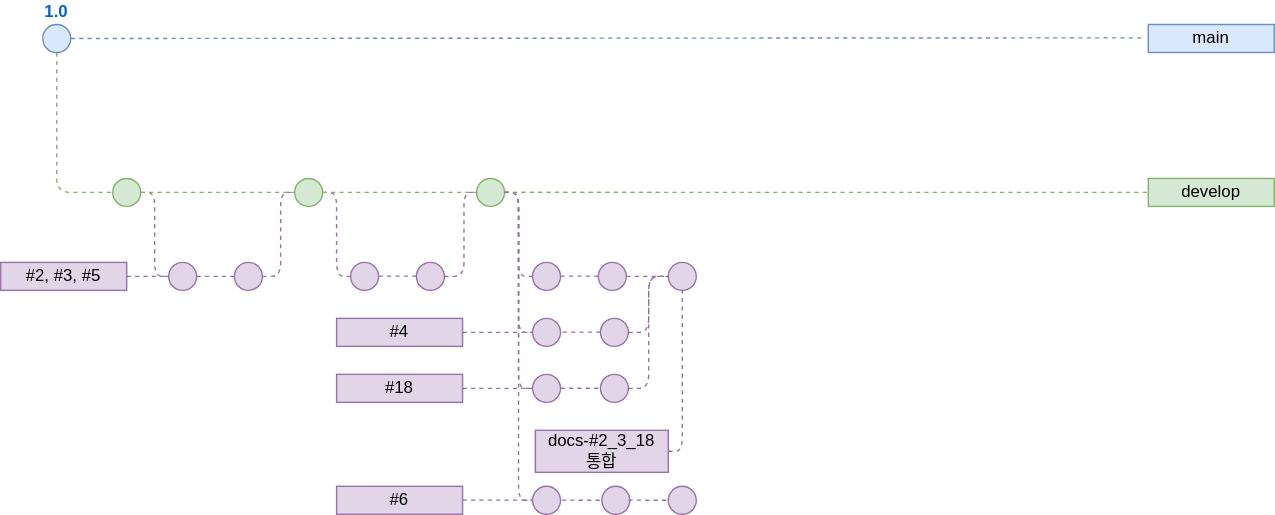
Earlier version of the draw.io export docs/git/gitBranch.drawio.svg (1Dohyeon/RentEase). Source tidied: cells renumbered, new cells last; positions are measured from the earlier drawing's top-left corner, leaving out a move shared by most shapes.
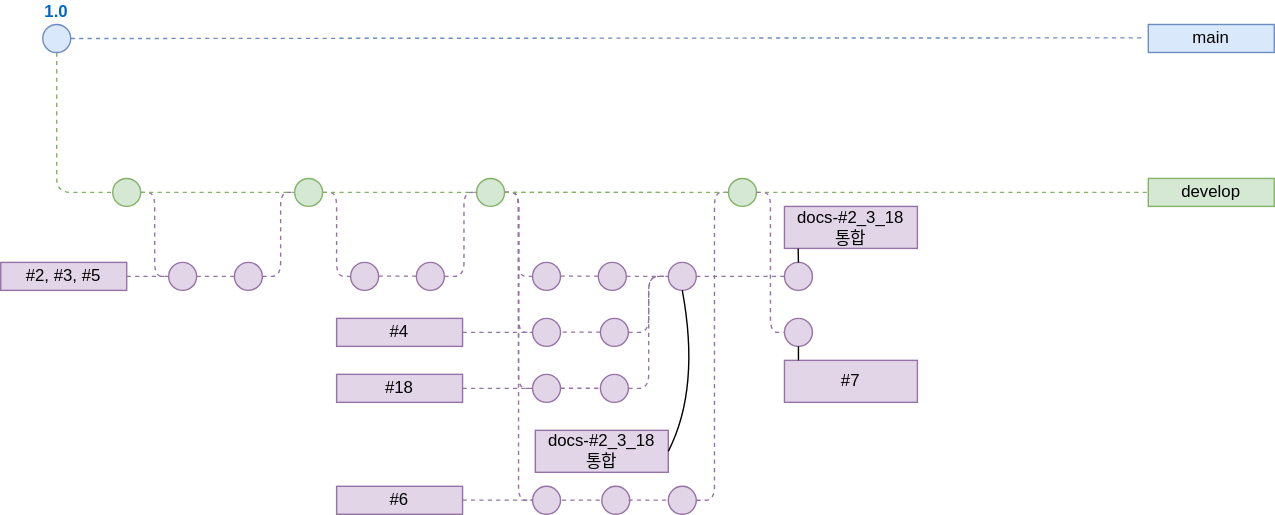
The same file after the commit.

Commit message:
docs: branch 통합, 새로운 branch 생성

The edit, as a diff of the source:
```diff
@@ -73,7 +73,7 @@
         </Array>
       </mxGeometry>
     </mxCell>
-    <mxCell id="17" style="edgeStyle=orthogonalEdgeStyle;rounded=1;jettySize=auto;html=1;dashed=1;endArrow=none;endFill=0;fillColor=#d5e8d4;strokeColor=#82b366;entryX=0;entryY=0.5;entryDx=0;entryDy=0;" parent="1" edge="1" source="11" target="7">
+    <mxCell id="17" style="edgeStyle=orthogonalEdgeStyle;rounded=1;jettySize=auto;html=1;dashed=1;endArrow=none;endFill=0;fillColor=#d5e8d4;strokeColor=#82b366;entryX=0;entryY=0.5;entryDx=0;entryDy=0;" parent="1" edge="1" source="58" target="7">
       <mxGeometry relative="1" as="geometry" />
     </mxCell>
     <mxCell id="18" value="#2, #3, #5" style="text;html=1;strokeColor=#9673a6;fillColor=#e1d5e7;align=center;verticalAlign=middle;whiteSpace=wrap;rounded=0;" parent="1" vertex="1">
@@ -216,13 +216,6 @@
     <mxCell id="46" value="docs-#2_3_18&lt;div&gt;통합&lt;/div&gt;" style="text;html=1;strokeColor=#9673a6;fillColor=#e1d5e7;align=center;verticalAlign=middle;whiteSpace=wrap;rounded=0;" parent="1" vertex="1">
       <mxGeometry x="382" y="290" width="95" height="30" as="geometry" />
     </mxCell>
-    <mxCell id="47" style="edgeStyle=orthogonalEdgeStyle;rounded=1;jettySize=auto;html=1;dashed=1;endArrow=none;endFill=0;fontSize=12;fontColor=#FFB570;fillColor=#e1d5e7;strokeColor=#9673a6;entryX=0.5;entryY=1;entryDx=0;entryDy=0;exitX=1;exitY=0.5;exitDx=0;exitDy=0;" parent="1" edge="1" source="46" target="42">
-      <mxGeometry relative="1" as="geometry">
-        <Array as="points">
-          <mxPoint x="487" y="305" />
-        </Array>
-      </mxGeometry>
-    </mxCell>
     <mxCell id="48" style="edgeStyle=orthogonalEdgeStyle;rounded=1;jettySize=auto;html=1;dashed=1;endArrow=none;endFill=0;fontSize=12;fontColor=#FFB570;fillColor=#e1d5e7;strokeColor=#9673a6;entryX=0;entryY=0.5;entryDx=0;entryDy=0;exitX=1;exitY=0.5;exitDx=0;exitDy=0;" parent="1" edge="1" source="11">
       <mxGeometry relative="1" as="geometry">
         <mxPoint x="380" y="340" as="targetPoint" />
@@ -262,5 +255,64 @@
         <mxPoint x="478.5" y="340.1" as="targetPoint" />
       </mxGeometry>
     </mxCell>
+    <mxCell id="56" style="edgeStyle=orthogonalEdgeStyle;rounded=1;jettySize=auto;html=1;dashed=1;endArrow=none;endFill=0;fontSize=12;fontColor=#FFB570;fillColor=#e1d5e7;strokeColor=#9673a6;entryX=0;entryY=0.5;entryDx=0;entryDy=0;exitX=1;exitY=0.5;exitDx=0;exitDy=0;" parent="1" edge="1" target="58">
+      <mxGeometry relative="1" as="geometry">
+        <mxPoint x="497" y="340" as="sourcePoint" />
+        <Array as="points">
+          <mxPoint x="510" y="340" />
+          <mxPoint x="510" y="120" />
+        </Array>
+      </mxGeometry>
+    </mxCell>
+    <mxCell id="57" style="edgeStyle=orthogonalEdgeStyle;rounded=1;jettySize=auto;html=1;dashed=1;endArrow=none;endFill=0;fillColor=#d5e8d4;strokeColor=#82b366;entryX=0;entryY=0.5;entryDx=0;entryDy=0;" parent="1" edge="1" source="11" target="58">
+      <mxGeometry relative="1" as="geometry" />
+    </mxCell>
+    <mxCell id="58" style="ellipse;whiteSpace=wrap;html=1;fillColor=#d5e8d4;strokeColor=#82b366;" parent="1" vertex="1">
+      <mxGeometry x="520" y="110" width="20" height="20" as="geometry" />
+    </mxCell>
+    <mxCell id="59" style="ellipse;whiteSpace=wrap;html=1;fontSize=10;fillColor=#e1d5e7;strokeColor=#9673a6;" parent="1" vertex="1">
+      <mxGeometry x="560" y="170" width="20" height="20" as="geometry" />
+    </mxCell>
+    <mxCell id="60" style="edgeStyle=orthogonalEdgeStyle;rounded=1;jettySize=auto;html=1;dashed=1;endArrow=none;endFill=0;fontSize=12;fontColor=#FFB570;fillColor=#e1d5e7;strokeColor=#9673a6;entryX=0;entryY=0.5;entryDx=0;entryDy=0;exitX=1;exitY=0.5;exitDx=0;exitDy=0;" parent="1" edge="1" source="42" target="59">
+      <mxGeometry relative="1" as="geometry">
+        <Array as="points">
+          <mxPoint x="520" y="180" />
+          <mxPoint x="520" y="180" />
+        </Array>
+      </mxGeometry>
+    </mxCell>
+    <mxCell id="61" style="ellipse;whiteSpace=wrap;html=1;fontSize=10;fillColor=#e1d5e7;strokeColor=#9673a6;" parent="1" vertex="1">
+      <mxGeometry x="560" y="210" width="20" height="20" as="geometry" />
+    </mxCell>
+    <mxCell id="62" style="edgeStyle=orthogonalEdgeStyle;rounded=1;jettySize=auto;html=1;dashed=1;endArrow=none;endFill=0;fontSize=12;fontColor=#FFB570;fillColor=#e1d5e7;strokeColor=#9673a6;exitX=1;exitY=0.5;exitDx=0;exitDy=0;entryX=0;entryY=0.5;entryDx=0;entryDy=0;" parent="1" edge="1" target="61">
+      <mxGeometry relative="1" as="geometry">
+        <mxPoint x="540" y="120" as="sourcePoint" />
+        <Array as="points">
+          <mxPoint x="550" y="120" />
+          <mxPoint x="550" y="220" />
+        </Array>
+      </mxGeometry>
+    </mxCell>
+    <mxCell id="63" value="docs-#2_3_18&lt;div&gt;통합&lt;/div&gt;" style="text;html=1;strokeColor=#9673a6;fillColor=#e1d5e7;align=center;verticalAlign=middle;whiteSpace=wrap;rounded=0;" parent="1" vertex="1">
+      <mxGeometry x="560" y="130" width="95" height="30" as="geometry" />
+    </mxCell>
+    <mxCell id="64" value="#7" style="text;html=1;strokeColor=#9673a6;fillColor=#e1d5e7;align=center;verticalAlign=middle;whiteSpace=wrap;rounded=0;" parent="1" vertex="1">
+      <mxGeometry x="560" y="240" width="95" height="30" as="geometry" />
+    </mxCell>
+    <mxCell id="47" style="endArrow=none;html=1;rounded=0;fontSize=12;startSize=8;endSize=8;curved=1;entryX=0.5;entryY=1;entryDx=0;entryDy=0;exitX=1;exitY=0.5;exitDx=0;exitDy=0;" parent="1" edge="1" source="46" target="42">
+      <mxGeometry relative="1" as="geometry">
+        <Array as="points">
+          <mxPoint x="500" y="260" />
+        </Array>
+      </mxGeometry>
+    </mxCell>
+    <mxCell id="65" style="endArrow=none;html=1;rounded=0;fontSize=12;startSize=8;endSize=8;curved=1;exitX=0.5;exitY=0;exitDx=0;exitDy=0;entryX=0.103;entryY=1.001;entryDx=0;entryDy=0;entryPerimeter=0;" parent="1" edge="1" source="59" target="63">
+      <mxGeometry relative="1" as="geometry" />
+    </mxCell>
+    <mxCell id="66" style="endArrow=none;html=1;rounded=0;fontSize=12;startSize=8;endSize=8;curved=1;entryX=0.5;entryY=1;entryDx=0;entryDy=0;" parent="1" edge="1" target="61">
+      <mxGeometry relative="1" as="geometry">
+        <mxPoint x="570" y="240" as="sourcePoint" />
+      </mxGeometry>
+    </mxCell>
   </root>
 </mxGraphModel>
```
